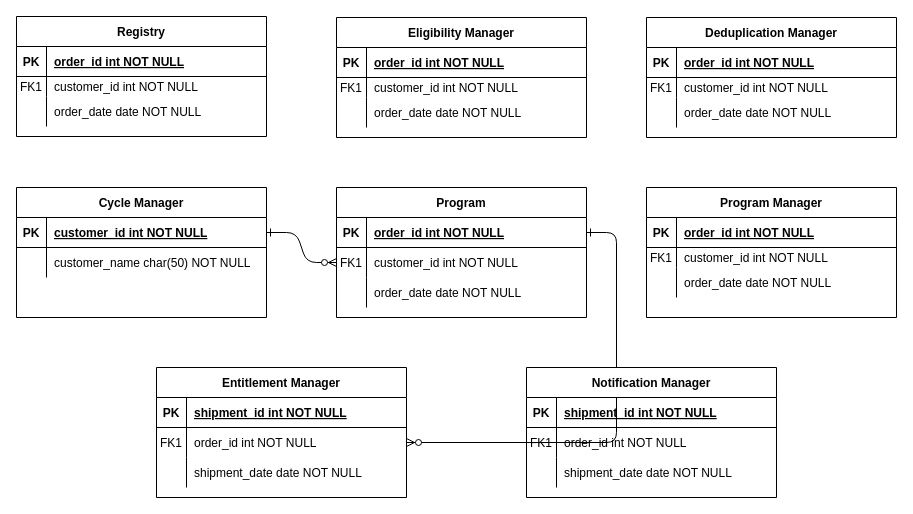
The draw.io diagram .gitbook/assets/program-management-entity-relationships.drawio in OpenG2P/openg2p-documentation, before the edit. Source tidied: cells renumbered, new cells numbered last; positions are measured from the earlier drawing's top-left corner, leaving out a move shared by most shapes. Both pictures are drawn from the tidied source at 100%, with x=0, y=0 at pixel (16, 16).
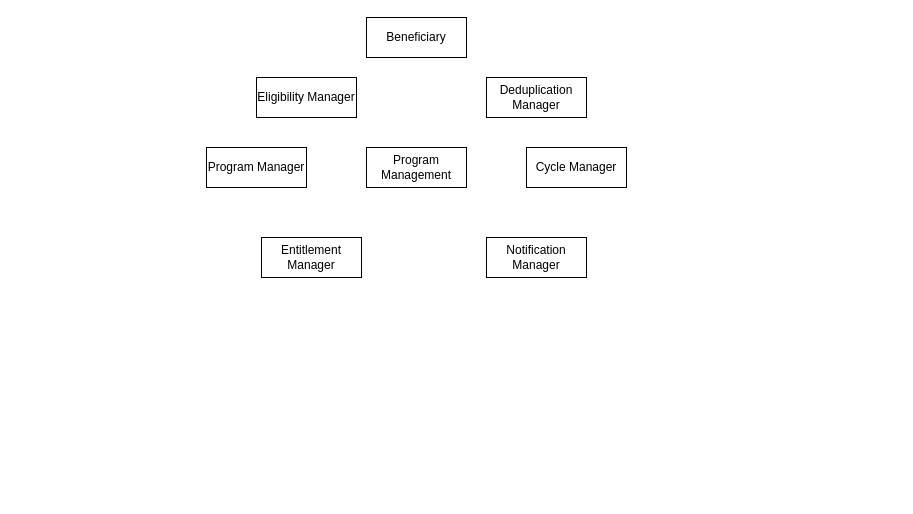
The same diagram, later.

Diff of the diagram source:
```diff
@@
-    <mxCell id="2" style="edgeStyle=entityRelationEdgeStyle;endArrow=ERzeroToMany;startArrow=ERone;endFill=1;startFill=0;" parent="1" edge="1" source="25" target="8">
-      <mxGeometry relative="1" as="geometry" />
-    </mxCell>
-    <mxCell id="3" style="edgeStyle=entityRelationEdgeStyle;endArrow=ERzeroToMany;startArrow=ERone;endFill=1;startFill=0;" parent="1" edge="1" source="5" target="18">
-      <mxGeometry relative="1" as="geometry" />
-    </mxCell>
-    <mxCell id="4" value="Program" style="shape=table;startSize=30;childLayout=tableLayout;rowLines=0;fontStyle=1;align=center;" parent="1" vertex="1">
-      <mxGeometry x="320" y="171" width="250" height="130" as="geometry" />
-    </mxCell>
-    <mxCell id="5" style="shape=partialRectangle;fillColor=none;points=[[0,0.5],[1,0.5]];portConstraint=eastwest;top=0;left=0;right=0;bottom=1;" parent="4" vertex="1">
-      <mxGeometry y="30" width="250" height="30" as="geometry" />
-    </mxCell>
-    <mxCell id="6" value="PK" style="shape=partialRectangle;overflow=hidden;fillColor=none;top=0;left=0;bottom=0;right=0;fontStyle=1;" parent="5" vertex="1">
-      <mxGeometry width="30" height="30" as="geometry" />
-    </mxCell>
-    <mxCell id="7" value="order_id int NOT NULL " style="shape=partialRectangle;overflow=hidden;fillColor=none;top=0;left=0;bottom=0;right=0;align=left;spacingLeft=6;fontStyle=5;" parent="5" vertex="1">
-      <mxGeometry x="30" width="220" height="30" as="geometry" />
-    </mxCell>
-    <mxCell id="8" style="shape=partialRectangle;fillColor=none;points=[[0,0.5],[1,0.5]];portConstraint=eastwest;top=0;left=0;right=0;bottom=0;" parent="4" vertex="1">
-      <mxGeometry y="60" width="250" height="30" as="geometry" />
-    </mxCell>
-    <mxCell id="9" value="FK1" style="shape=partialRectangle;overflow=hidden;fillColor=none;top=0;left=0;bottom=0;right=0;" parent="8" vertex="1">
-      <mxGeometry width="30" height="30" as="geometry" />
-    </mxCell>
-    <mxCell id="10" value="customer_id int NOT NULL" style="shape=partialRectangle;overflow=hidden;fillColor=none;top=0;left=0;bottom=0;right=0;align=left;spacingLeft=6;" parent="8" vertex="1">
-      <mxGeometry x="30" width="220" height="30" as="geometry" />
-    </mxCell>
-    <mxCell id="11" style="shape=partialRectangle;fillColor=none;top=0;left=0;right=0;bottom=0;" parent="4" vertex="1">
-      <mxGeometry y="90" width="250" height="30" as="geometry" />
-    </mxCell>
-    <mxCell id="12" style="shape=partialRectangle;overflow=hidden;fillColor=none;top=0;left=0;bottom=0;right=0;" parent="11" vertex="1">
-      <mxGeometry width="30" height="30" as="geometry" />
-    </mxCell>
-    <mxCell id="13" value="order_date date NOT NULL" style="shape=partialRectangle;overflow=hidden;fillColor=none;top=0;left=0;bottom=0;right=0;align=left;spacingLeft=6;" parent="11" vertex="1">
-      <mxGeometry x="30" width="220" height="30" as="geometry" />
-    </mxCell>
+    <mxCell id="81" value="Program Management" style="whiteSpace=wrap;html=1;align=center;" parent="1" vertex="1">
+      <mxGeometry x="350" y="131" width="100" height="40" as="geometry" />
+    </mxCell>
+    <mxCell id="82" value="Beneficiary" style="whiteSpace=wrap;html=1;align=center;" parent="1" vertex="1">
+      <mxGeometry x="350" y="1" width="100" height="40" as="geometry" />
+    </mxCell>
+    <mxCell id="31" value="Eligibility Manager" style="whiteSpace=wrap;html=1;align=center;" parent="1" vertex="1">
+      <mxGeometry x="240" y="61" width="100" height="40" as="geometry" />
+    </mxCell>
+    <mxCell id="61" value="Deduplication Manager" style="whiteSpace=wrap;html=1;align=center;" parent="1" vertex="1">
+      <mxGeometry x="470" y="61" width="100" height="40" as="geometry" />
+    </mxCell>
+    <mxCell id="24" value="Cycle Manager" style="whiteSpace=wrap;html=1;align=center;" parent="1" vertex="1">
+      <mxGeometry x="510" y="131" width="100" height="40" as="geometry" />
+    </mxCell>
+    <mxCell id="41" value="Program Manager" style="whiteSpace=wrap;html=1;align=center;" parent="1" vertex="1">
+      <mxGeometry x="190" y="131" width="100" height="40" as="geometry" />
+    </mxCell>
-    <mxCell id="14" value="Entitlement Manager" style="shape=table;startSize=30;childLayout=tableLayout;rowLines=0;fontStyle=1;align=center;" parent="1" vertex="1">
-      <mxGeometry x="140" y="351" width="250" height="130" as="geometry" />
+    <mxCell id="14" value="Entitlement Manager" style="whiteSpace=wrap;html=1;align=center;" parent="1" vertex="1">
+      <mxGeometry x="245" y="221" width="100" height="40" as="geometry" />
     </mxCell>
-    <mxCell id="15" style="shape=partialRectangle;fillColor=none;top=0;left=0;right=0;bottom=1;" parent="14" vertex="1">
-      <mxGeometry y="30" width="250" height="30" as="geometry" />
-    </mxCell>
-    <mxCell id="16" value="PK" style="shape=partialRectangle;overflow=hidden;fillColor=none;top=0;left=0;bottom=0;right=0;fontStyle=1;" parent="15" vertex="1">
-      <mxGeometry width="30" height="30" as="geometry" />
-    </mxCell>
-    <mxCell id="17" value="shipment_id int NOT NULL " style="shape=partialRectangle;overflow=hidden;fillColor=none;top=0;left=0;bottom=0;right=0;align=left;spacingLeft=6;fontStyle=5;" parent="15" vertex="1">
-      <mxGeometry x="30" width="220" height="30" as="geometry" />
-    </mxCell>
-    <mxCell id="18" style="shape=partialRectangle;fillColor=none;points=[[0,0.5],[1,0.5]];portConstraint=eastwest;top=0;left=0;right=0;bottom=0;" parent="14" vertex="1">
-      <mxGeometry y="60" width="250" height="30" as="geometry" />
-    </mxCell>
-    <mxCell id="19" value="FK1" style="shape=partialRectangle;overflow=hidden;fillColor=none;top=0;left=0;bottom=0;right=0;" parent="18" vertex="1">
-      <mxGeometry width="30" height="30" as="geometry" />
-    </mxCell>
-    <mxCell id="20" value="order_id int NOT NULL" style="shape=partialRectangle;overflow=hidden;fillColor=none;top=0;left=0;bottom=0;right=0;align=left;spacingLeft=6;" parent="18" vertex="1">
-      <mxGeometry x="30" width="220" height="30" as="geometry" />
-    </mxCell>
-    <mxCell id="21" style="shape=partialRectangle;fillColor=none;top=0;left=0;right=0;bottom=0;" parent="14" vertex="1">
-      <mxGeometry y="90" width="250" height="30" as="geometry" />
-    </mxCell>
-    <mxCell id="22" style="shape=partialRectangle;overflow=hidden;fillColor=none;top=0;left=0;bottom=0;right=0;" parent="21" vertex="1">
-      <mxGeometry width="30" height="30" as="geometry" />
-    </mxCell>
-    <mxCell id="23" value="shipment_date date NOT NULL" style="shape=partialRectangle;overflow=hidden;fillColor=none;top=0;left=0;bottom=0;right=0;align=left;spacingLeft=6;" parent="21" vertex="1">
-      <mxGeometry x="30" width="220" height="30" as="geometry" />
-    </mxCell>
-    <mxCell id="24" value="Cycle Manager" style="shape=table;startSize=30;childLayout=tableLayout;rowLines=0;fontStyle=1;align=center;" parent="1" vertex="1">
-      <mxGeometry y="171" width="250" height="130" as="geometry" />
-    </mxCell>
-    <mxCell id="25" style="shape=partialRectangle;fillColor=none;points=[[0,0.5],[1,0.5]];portConstraint=eastwest;top=0;left=0;right=0;bottom=1;" parent="24" vertex="1">
-      <mxGeometry y="30" width="250" height="30" as="geometry" />
-    </mxCell>
-    <mxCell id="26" value="PK" style="shape=partialRectangle;overflow=hidden;fillColor=none;top=0;left=0;bottom=0;right=0;fontStyle=1;" parent="25" vertex="1">
-      <mxGeometry width="30" height="30" as="geometry" />
-    </mxCell>
-    <mxCell id="27" value="customer_id int NOT NULL " style="shape=partialRectangle;overflow=hidden;fillColor=none;top=0;left=0;bottom=0;right=0;align=left;spacingLeft=6;fontStyle=5;" parent="25" vertex="1">
-      <mxGeometry x="30" width="220" height="30" as="geometry" />
-    </mxCell>
-    <mxCell id="28" style="shape=partialRectangle;fillColor=none;top=0;left=0;right=0;bottom=0;" parent="24" vertex="1">
-      <mxGeometry y="60" width="250" height="30" as="geometry" />
-    </mxCell>
-    <mxCell id="29" style="shape=partialRectangle;overflow=hidden;fillColor=none;top=0;left=0;bottom=0;right=0;" parent="28" vertex="1">
-      <mxGeometry width="30" height="30" as="geometry" />
-    </mxCell>
-    <mxCell id="30" value="customer_name char(50) NOT NULL" style="shape=partialRectangle;overflow=hidden;fillColor=none;top=0;left=0;bottom=0;right=0;align=left;spacingLeft=6;" parent="28" vertex="1">
-      <mxGeometry x="30" width="220" height="30" as="geometry" />
-    </mxCell>
-    <mxCell id="31" value="Eligibility Manager" style="shape=table;startSize=30;childLayout=tableLayout;rowLines=0;fontStyle=1;align=center;" parent="1" vertex="1">
-      <mxGeometry x="320" y="1" width="250" height="120" as="geometry" />
-    </mxCell>
-    <mxCell id="32" style="shape=partialRectangle;fillColor=none;top=0;left=0;right=0;bottom=1;" parent="31" vertex="1">
-      <mxGeometry y="30" width="250" height="30" as="geometry" />
-    </mxCell>
-    <mxCell id="33" value="PK" style="shape=partialRectangle;overflow=hidden;fillColor=none;top=0;left=0;bottom=0;right=0;fontStyle=1;" parent="32" vertex="1">
-      <mxGeometry width="30" height="30" as="geometry" />
-    </mxCell>
-    <mxCell id="34" value="order_id int NOT NULL " style="shape=partialRectangle;overflow=hidden;fillColor=none;top=0;left=0;bottom=0;right=0;align=left;spacingLeft=6;fontStyle=5;" parent="32" vertex="1">
-      <mxGeometry x="30" width="220" height="30" as="geometry" />
-    </mxCell>
-    <mxCell id="35" style="shape=partialRectangle;fillColor=none;top=0;left=0;right=0;bottom=0;" parent="31" vertex="1">
-      <mxGeometry y="60" width="250" height="20" as="geometry" />
-    </mxCell>
-    <mxCell id="36" value="FK1" style="shape=partialRectangle;overflow=hidden;fillColor=none;top=0;left=0;bottom=0;right=0;" parent="35" vertex="1">
-      <mxGeometry width="30" height="20" as="geometry" />
-    </mxCell>
-    <mxCell id="37" value="customer_id int NOT NULL" style="shape=partialRectangle;overflow=hidden;fillColor=none;top=0;left=0;bottom=0;right=0;align=left;spacingLeft=6;" parent="35" vertex="1">
-      <mxGeometry x="30" width="220" height="20" as="geometry" />
-    </mxCell>
-    <mxCell id="38" style="shape=partialRectangle;fillColor=none;top=0;left=0;right=0;bottom=0;" parent="31" vertex="1">
-      <mxGeometry y="80" width="250" height="30" as="geometry" />
-    </mxCell>
-    <mxCell id="39" style="shape=partialRectangle;overflow=hidden;fillColor=none;top=0;left=0;bottom=0;right=0;" parent="38" vertex="1">
-      <mxGeometry width="30" height="30" as="geometry" />
-    </mxCell>
-    <mxCell id="40" value="order_date date NOT NULL" style="shape=partialRectangle;overflow=hidden;fillColor=none;top=0;left=0;bottom=0;right=0;align=left;spacingLeft=6;" parent="38" vertex="1">
-      <mxGeometry x="30" width="220" height="30" as="geometry" />
-    </mxCell>
-    <mxCell id="41" value="Program Manager" style="shape=table;startSize=30;childLayout=tableLayout;rowLines=0;fontStyle=1;align=center;" parent="1" vertex="1">
-      <mxGeometry x="630" y="171" width="250" height="130" as="geometry" />
-    </mxCell>
-    <mxCell id="42" style="shape=partialRectangle;fillColor=none;top=0;left=0;right=0;bottom=1;" parent="41" vertex="1">
-      <mxGeometry y="30" width="250" height="30" as="geometry" />
-    </mxCell>
-    <mxCell id="43" value="PK" style="shape=partialRectangle;overflow=hidden;fillColor=none;top=0;left=0;bottom=0;right=0;fontStyle=1;" parent="42" vertex="1">
-      <mxGeometry width="30" height="30" as="geometry" />
-    </mxCell>
-    <mxCell id="44" value="order_id int NOT NULL " style="shape=partialRectangle;overflow=hidden;fillColor=none;top=0;left=0;bottom=0;right=0;align=left;spacingLeft=6;fontStyle=5;" parent="42" vertex="1">
-      <mxGeometry x="30" width="220" height="30" as="geometry" />
-    </mxCell>
-    <mxCell id="45" style="shape=partialRectangle;fillColor=none;top=0;left=0;right=0;bottom=0;" parent="41" vertex="1">
-      <mxGeometry y="60" width="250" height="20" as="geometry" />
-    </mxCell>
-    <mxCell id="46" value="FK1" style="shape=partialRectangle;overflow=hidden;fillColor=none;top=0;left=0;bottom=0;right=0;" parent="45" vertex="1">
-      <mxGeometry width="30" height="20" as="geometry" />
-    </mxCell>
-    <mxCell id="47" value="customer_id int NOT NULL" style="shape=partialRectangle;overflow=hidden;fillColor=none;top=0;left=0;bottom=0;right=0;align=left;spacingLeft=6;" parent="45" vertex="1">
-      <mxGeometry x="30" width="220" height="20" as="geometry" />
-    </mxCell>
-    <mxCell id="48" style="shape=partialRectangle;fillColor=none;top=0;left=0;right=0;bottom=0;" parent="41" vertex="1">
-      <mxGeometry y="80" width="250" height="30" as="geometry" />
-    </mxCell>
-    <mxCell id="49" style="shape=partialRectangle;overflow=hidden;fillColor=none;top=0;left=0;bottom=0;right=0;" parent="48" vertex="1">
-      <mxGeometry width="30" height="30" as="geometry" />
-    </mxCell>
-    <mxCell id="50" value="order_date date NOT NULL" style="shape=partialRectangle;overflow=hidden;fillColor=none;top=0;left=0;bottom=0;right=0;align=left;spacingLeft=6;" parent="48" vertex="1">
-      <mxGeometry x="30" width="220" height="30" as="geometry" />
-    </mxCell>
-    <mxCell id="51" value="Notification Manager" style="shape=table;startSize=30;childLayout=tableLayout;rowLines=0;fontStyle=1;align=center;" parent="1" vertex="1">
-      <mxGeometry x="510" y="351" width="250" height="130" as="geometry" />
+    <mxCell id="51" value="Notification Manager" style="whiteSpace=wrap;html=1;align=center;" parent="1" vertex="1">
+      <mxGeometry x="470" y="221" width="100" height="40" as="geometry" />
     </mxCell>
-    <mxCell id="52" style="shape=partialRectangle;fillColor=none;top=0;left=0;right=0;bottom=1;" parent="51" vertex="1">
-      <mxGeometry y="30" width="250" height="30" as="geometry" />
-    </mxCell>
-    <mxCell id="53" value="PK" style="shape=partialRectangle;overflow=hidden;fillColor=none;top=0;left=0;bottom=0;right=0;fontStyle=1;" parent="52" vertex="1">
-      <mxGeometry width="30" height="30" as="geometry" />
-    </mxCell>
-    <mxCell id="54" value="shipment_id int NOT NULL " style="shape=partialRectangle;overflow=hidden;fillColor=none;top=0;left=0;bottom=0;right=0;align=left;spacingLeft=6;fontStyle=5;" parent="52" vertex="1">
-      <mxGeometry x="30" width="220" height="30" as="geometry" />
-    </mxCell>
-    <mxCell id="55" style="shape=partialRectangle;fillColor=none;top=0;left=0;right=0;bottom=0;" parent="51" vertex="1">
-      <mxGeometry y="60" width="250" height="30" as="geometry" />
-    </mxCell>
-    <mxCell id="56" value="FK1" style="shape=partialRectangle;overflow=hidden;fillColor=none;top=0;left=0;bottom=0;right=0;" parent="55" vertex="1">
-      <mxGeometry width="30" height="30" as="geometry" />
-    </mxCell>
-    <mxCell id="57" value="order_id int NOT NULL" style="shape=partialRectangle;overflow=hidden;fillColor=none;top=0;left=0;bottom=0;right=0;align=left;spacingLeft=6;" parent="55" vertex="1">
-      <mxGeometry x="30" width="220" height="30" as="geometry" />
-    </mxCell>
-    <mxCell id="58" style="shape=partialRectangle;fillColor=none;top=0;left=0;right=0;bottom=0;" parent="51" vertex="1">
-      <mxGeometry y="90" width="250" height="30" as="geometry" />
-    </mxCell>
-    <mxCell id="59" style="shape=partialRectangle;overflow=hidden;fillColor=none;top=0;left=0;bottom=0;right=0;" parent="58" vertex="1">
-      <mxGeometry width="30" height="30" as="geometry" />
-    </mxCell>
-    <mxCell id="60" value="shipment_date date NOT NULL" style="shape=partialRectangle;overflow=hidden;fillColor=none;top=0;left=0;bottom=0;right=0;align=left;spacingLeft=6;" parent="58" vertex="1">
-      <mxGeometry x="30" width="220" height="30" as="geometry" />
-    </mxCell>
-    <mxCell id="61" value="Deduplication Manager" style="shape=table;startSize=30;childLayout=tableLayout;rowLines=0;fontStyle=1;align=center;" parent="1" vertex="1">
-      <mxGeometry x="630" y="1" width="250" height="120" as="geometry" />
-    </mxCell>
-    <mxCell id="62" style="shape=partialRectangle;fillColor=none;top=0;left=0;right=0;bottom=1;" parent="61" vertex="1">
-      <mxGeometry y="30" width="250" height="30" as="geometry" />
-    </mxCell>
-    <mxCell id="63" value="PK" style="shape=partialRectangle;overflow=hidden;fillColor=none;top=0;left=0;bottom=0;right=0;fontStyle=1;" parent="62" vertex="1">
-      <mxGeometry width="30" height="30" as="geometry" />
-    </mxCell>
-    <mxCell id="64" value="order_id int NOT NULL " style="shape=partialRectangle;overflow=hidden;fillColor=none;top=0;left=0;bottom=0;right=0;align=left;spacingLeft=6;fontStyle=5;" parent="62" vertex="1">
-      <mxGeometry x="30" width="220" height="30" as="geometry" />
-    </mxCell>
-    <mxCell id="65" style="shape=partialRectangle;fillColor=none;top=0;left=0;right=0;bottom=0;" parent="61" vertex="1">
-      <mxGeometry y="60" width="250" height="20" as="geometry" />
-    </mxCell>
-    <mxCell id="66" value="FK1" style="shape=partialRectangle;overflow=hidden;fillColor=none;top=0;left=0;bottom=0;right=0;" parent="65" vertex="1">
-      <mxGeometry width="30" height="20" as="geometry" />
-    </mxCell>
-    <mxCell id="67" value="customer_id int NOT NULL" style="shape=partialRectangle;overflow=hidden;fillColor=none;top=0;left=0;bottom=0;right=0;align=left;spacingLeft=6;" parent="65" vertex="1">
-      <mxGeometry x="30" width="220" height="20" as="geometry" />
-    </mxCell>
-    <mxCell id="68" style="shape=partialRectangle;fillColor=none;top=0;left=0;right=0;bottom=0;" parent="61" vertex="1">
-      <mxGeometry y="80" width="250" height="30" as="geometry" />
-    </mxCell>
-    <mxCell id="69" style="shape=partialRectangle;overflow=hidden;fillColor=none;top=0;left=0;bottom=0;right=0;" parent="68" vertex="1">
-      <mxGeometry width="30" height="30" as="geometry" />
-    </mxCell>
-    <mxCell id="70" value="order_date date NOT NULL" style="shape=partialRectangle;overflow=hidden;fillColor=none;top=0;left=0;bottom=0;right=0;align=left;spacingLeft=6;" parent="68" vertex="1">
-      <mxGeometry x="30" width="220" height="30" as="geometry" />
-    </mxCell>
-    <mxCell id="71" value="Registry" style="shape=table;startSize=30;childLayout=tableLayout;rowLines=0;fontStyle=1;align=center;" parent="1" vertex="1">
-      <mxGeometry width="250" height="120" as="geometry" />
-    </mxCell>
-    <mxCell id="72" style="shape=partialRectangle;fillColor=none;top=0;left=0;right=0;bottom=1;" parent="71" vertex="1">
-      <mxGeometry y="30" width="250" height="30" as="geometry" />
-    </mxCell>
-    <mxCell id="73" value="PK" style="shape=partialRectangle;overflow=hidden;fillColor=none;top=0;left=0;bottom=0;right=0;fontStyle=1;" parent="72" vertex="1">
-      <mxGeometry width="30" height="30" as="geometry" />
-    </mxCell>
-    <mxCell id="74" value="order_id int NOT NULL " style="shape=partialRectangle;overflow=hidden;fillColor=none;top=0;left=0;bottom=0;right=0;align=left;spacingLeft=6;fontStyle=5;" parent="72" vertex="1">
-      <mxGeometry x="30" width="220" height="30" as="geometry" />
-    </mxCell>
-    <mxCell id="75" style="shape=partialRectangle;fillColor=none;top=0;left=0;right=0;bottom=0;" parent="71" vertex="1">
-      <mxGeometry y="60" width="250" height="20" as="geometry" />
-    </mxCell>
-    <mxCell id="76" value="FK1" style="shape=partialRectangle;overflow=hidden;fillColor=none;top=0;left=0;bottom=0;right=0;" parent="75" vertex="1">
-      <mxGeometry width="30" height="20" as="geometry" />
-    </mxCell>
-    <mxCell id="77" value="customer_id int NOT NULL" style="shape=partialRectangle;overflow=hidden;fillColor=none;top=0;left=0;bottom=0;right=0;align=left;spacingLeft=6;" parent="75" vertex="1">
-      <mxGeometry x="30" width="220" height="20" as="geometry" />
-    </mxCell>
-    <mxCell id="78" style="shape=partialRectangle;fillColor=none;top=0;left=0;right=0;bottom=0;" parent="71" vertex="1">
-      <mxGeometry y="80" width="250" height="30" as="geometry" />
-    </mxCell>
-    <mxCell id="79" style="shape=partialRectangle;overflow=hidden;fillColor=none;top=0;left=0;bottom=0;right=0;" parent="78" vertex="1">
-      <mxGeometry width="30" height="30" as="geometry" />
-    </mxCell>
-    <mxCell id="80" value="order_date date NOT NULL" style="shape=partialRectangle;overflow=hidden;fillColor=none;top=0;left=0;bottom=0;right=0;align=left;spacingLeft=6;" parent="78" vertex="1">
-      <mxGeometry x="30" width="220" height="30" as="geometry" />
-    </mxCell>
```
